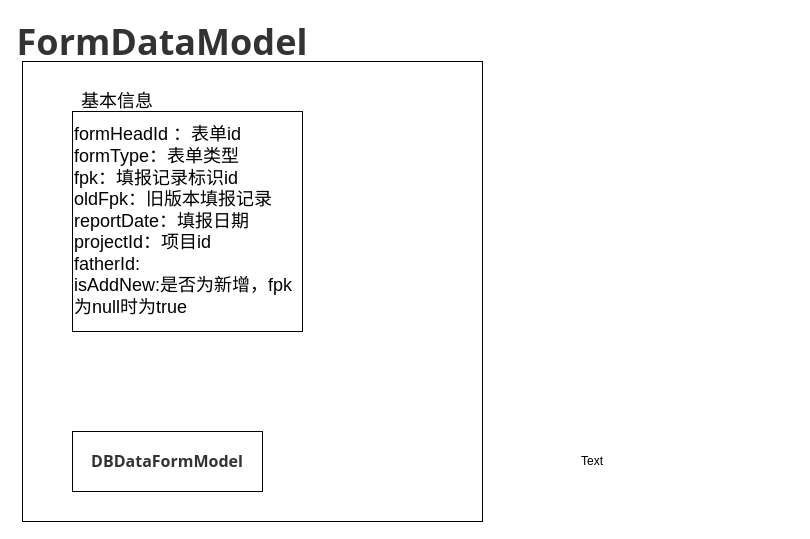
Before: Java并发/FormDataModel.drawio in jethrozz/draw, a draw.io diagram. Source tidied: cells renumbered, new cells numbered last; positions are measured from the earlier drawing's top-left corner, leaving out a move shared by most shapes. Both pictures are drawn from the tidied source at 100%, with x=0, y=0 at pixel (22, 31).
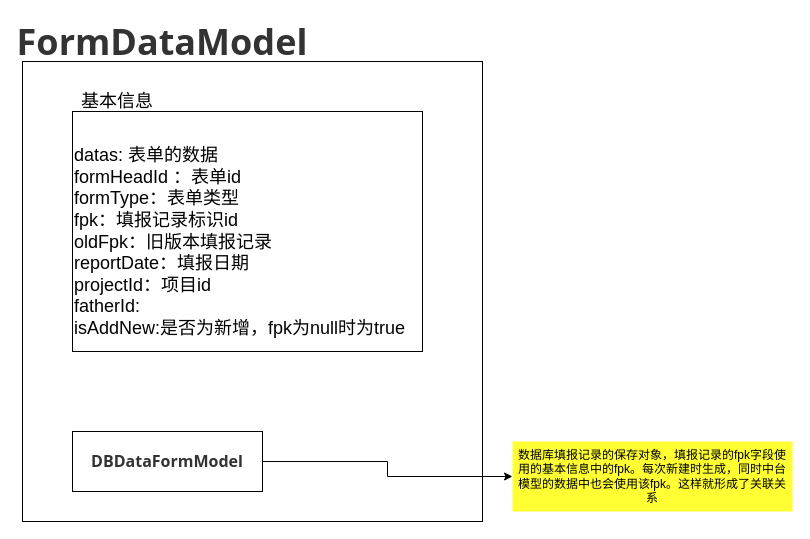
The same diagram, later.

What changed in the source:
```diff
@@
 <mxGraphModel>
   <root>
     <mxCell id="0" />
     <mxCell id="1" parent="0" />
     <mxCell id="2" style="whiteSpace=wrap;html=1;" parent="1" vertex="1">
       <mxGeometry y="30" width="460" height="460" as="geometry" />
     </mxCell>
     <mxCell id="3" value="&lt;span style=&quot;box-sizing: border-box ; color: rgb(51 , 51 , 51) ; font-family: &amp;#34;open sans&amp;#34; , &amp;#34;clear sans&amp;#34; , &amp;#34;helvetica neue&amp;#34; , &amp;#34;helvetica&amp;#34; , &amp;#34;arial&amp;#34; , sans-serif ; background-color: rgb(255 , 255 , 255)&quot;&gt;&lt;span class=&quot;md-plain&quot; style=&quot;box-sizing: border-box&quot;&gt;&lt;font style=&quot;font-size: 36px&quot;&gt;&lt;b&gt;FormDataModel&lt;/b&gt;&lt;/font&gt;&lt;/span&gt;&lt;/span&gt;" style="text;html=1;strokeColor=none;fillColor=none;align=center;verticalAlign=middle;whiteSpace=wrap;rounded=0;" parent="1" vertex="1">
       <mxGeometry x="20" width="240" height="20" as="geometry" />
     </mxCell>
-    <mxCell id="4" value="&lt;font style=&quot;font-size: 18px&quot;&gt;formHeadId ：表单id&lt;br&gt;formType：表单类型&lt;br&gt;fpk：填报记录标识id&lt;br&gt;oldFpk：旧版本填报记录&lt;br&gt;reportDate：填报日期&lt;br&gt;projectId：项目id&lt;br&gt;fatherId:&lt;br&gt;isAddNew:是否为新增，fpk为null时为true&lt;/font&gt;" style="rounded=0;whiteSpace=wrap;html=1;align=left;" parent="1" vertex="1">
-      <mxGeometry x="50" y="80" width="230" height="220" as="geometry" />
+    <mxCell id="4" value="&lt;font style=&quot;font-size: 18px&quot;&gt;&lt;br&gt;datas: 表单的数据&lt;br&gt;formHeadId ：表单id&lt;br&gt;formType：表单类型&lt;br&gt;fpk：填报记录标识id&lt;br&gt;oldFpk：旧版本填报记录&lt;br&gt;reportDate：填报日期&lt;br&gt;projectId：项目id&lt;br&gt;fatherId:&lt;br&gt;isAddNew:是否为新增，fpk为null时为true&lt;/font&gt;" style="rounded=0;whiteSpace=wrap;html=1;align=left;" parent="1" vertex="1">
+      <mxGeometry x="50" y="80" width="350" height="240" as="geometry" />
     </mxCell>
     <mxCell id="5" value="&lt;font style=&quot;font-size: 18px&quot;&gt;基本信息&lt;/font&gt;" style="text;html=1;strokeColor=none;fillColor=none;align=center;verticalAlign=middle;whiteSpace=wrap;rounded=0;" parent="1" vertex="1">
       <mxGeometry x="50" y="60" width="90" height="20" as="geometry" />
     </mxCell>
+    <mxCell id="8" style="edgeStyle=orthogonalEdgeStyle;rounded=0;jettySize=auto;html=1;" parent="1" edge="1" source="6" target="7">
+      <mxGeometry relative="1" as="geometry" />
+    </mxCell>
     <mxCell id="6" value="&lt;strong style=&quot;box-sizing: border-box ; color: rgb(51 , 51 , 51) ; font-family: &amp;#34;open sans&amp;#34; , &amp;#34;clear sans&amp;#34; , &amp;#34;helvetica neue&amp;#34; , &amp;#34;helvetica&amp;#34; , &amp;#34;arial&amp;#34; , sans-serif ; font-size: 16px ; background-color: rgb(255 , 255 , 255)&quot;&gt;&lt;span class=&quot;md-plain&quot; style=&quot;box-sizing: border-box&quot;&gt;DBDataFormModel&lt;/span&gt;&lt;/strong&gt;" style="rounded=0;whiteSpace=wrap;html=1;" parent="1" vertex="1">
       <mxGeometry x="50" y="400" width="190" height="60" as="geometry" />
     </mxCell>
-    <mxCell id="7" value="Text" style="text;html=1;strokeColor=none;fillColor=none;align=center;verticalAlign=middle;whiteSpace=wrap;rounded=0;" parent="1" vertex="1">
-      <mxGeometry x="550" y="420" width="40" height="20" as="geometry" />
+    <mxCell id="7" value="数据库填报记录的保存对象，填报记录的fpk字段使用的基本信息中的fpk。每次新建时生成，同时中台模型的数据中也会使用该fpk。这样就形成了关联关系" style="text;html=1;strokeColor=none;fillColor=#FFFF33;align=center;verticalAlign=middle;whiteSpace=wrap;rounded=0;" parent="1" vertex="1">
+      <mxGeometry x="490" y="410" width="280" height="70" as="geometry" />
     </mxCell>
   </root>
 </mxGraphModel>
```
